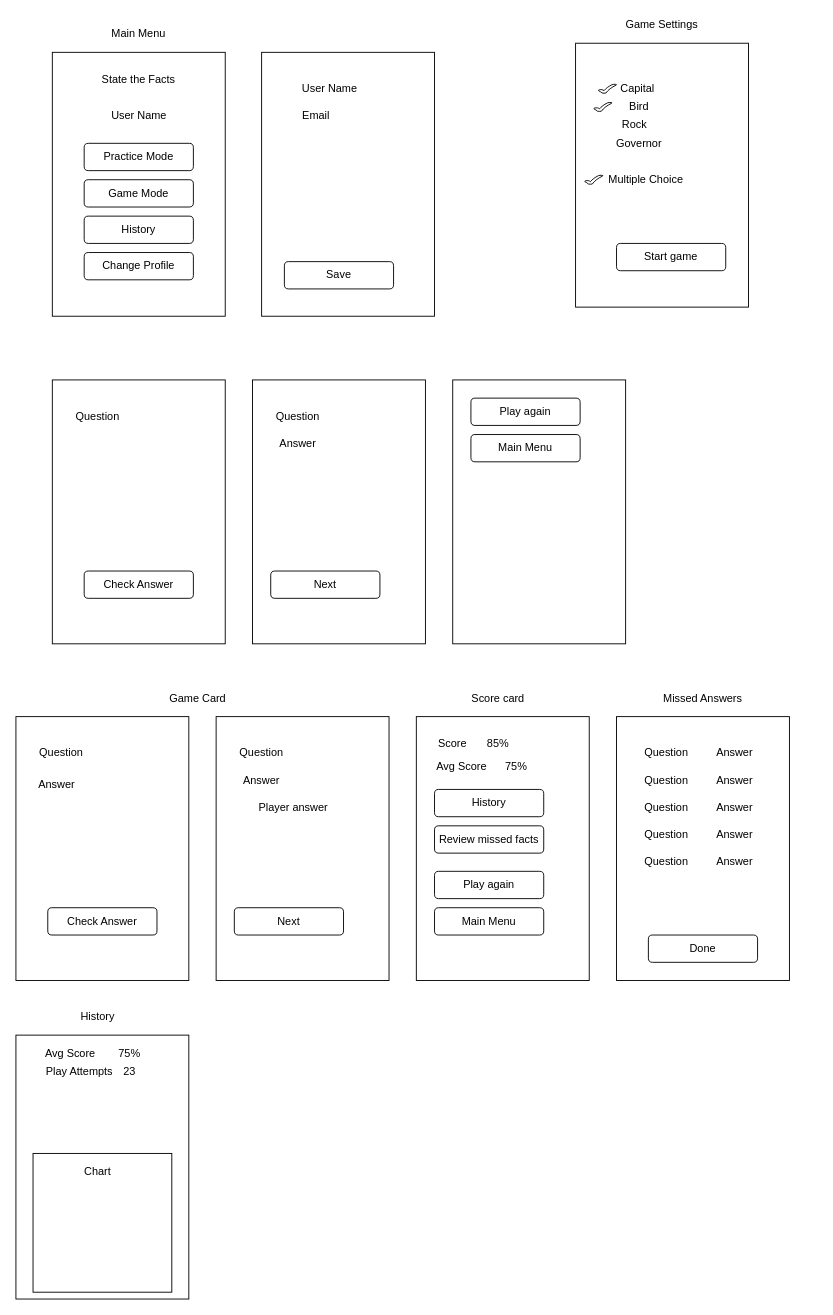
Above: StateTheFacts.drawio in TrentonSouth/CS246-StateTheFacts (draw.io), before the change. Source tidied: cells renumbered, new cells numbered last; positions are measured from the earlier drawing's top-left corner, leaving out a move shared by most shapes. Both pictures are drawn from the tidied source at 91%, with x=0, y=0 at pixel (15, 15).
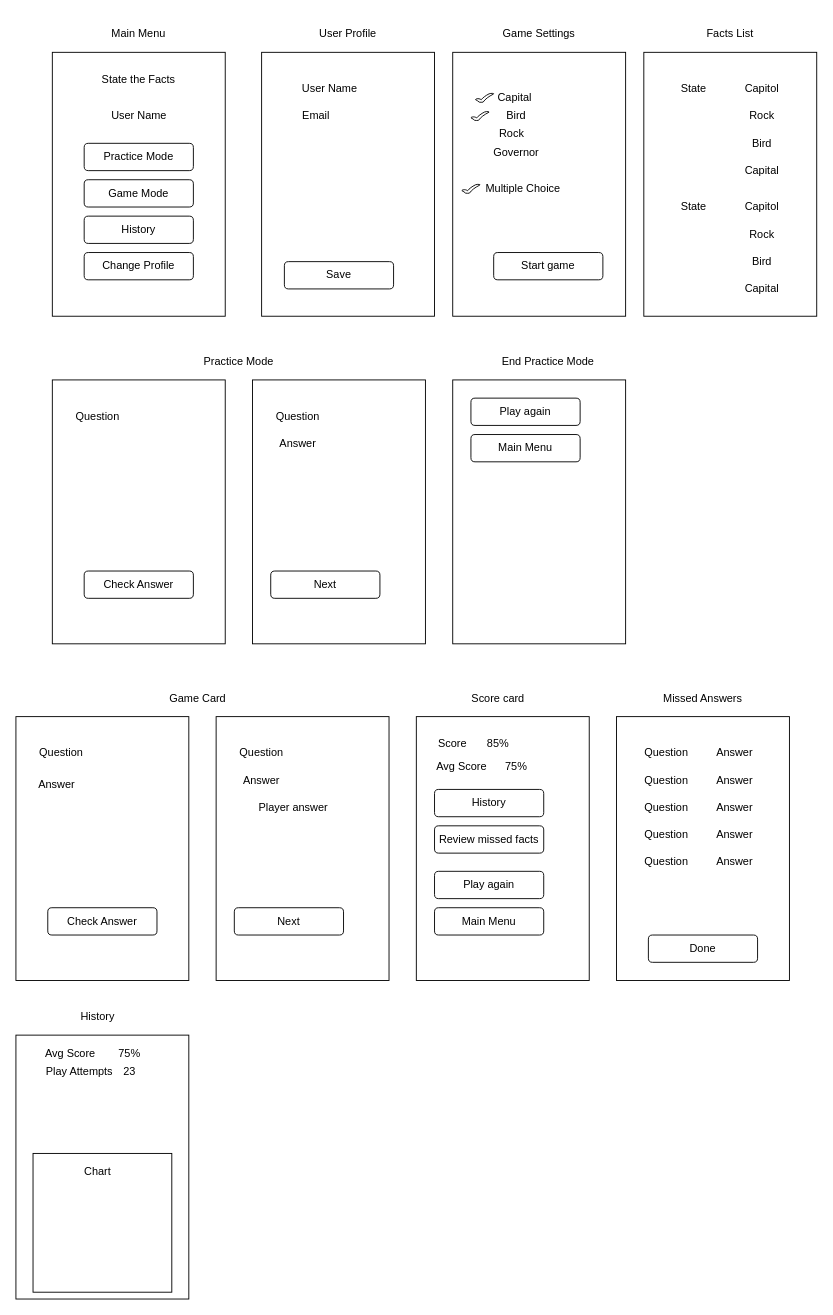
The same diagram, later.

Change to the diagram source:
```diff
@@
     <mxCell id="56" style="rounded=0;whiteSpace=wrap;html=1;" parent="1" vertex="1">
-      <mxGeometry x="615" y="30" width="190" height="290" as="geometry" />
+      <mxGeometry x="480" y="40" width="190" height="290" as="geometry" />
     </mxCell>
     <mxCell id="57" value="Game Settings" style="text;html=1;strokeColor=none;fillColor=none;align=center;verticalAlign=middle;whiteSpace=wrap;rounded=0;" parent="1" vertex="1">
-      <mxGeometry x="660" width="100" height="20" as="geometry" />
+      <mxGeometry x="525" y="10" width="100" height="20" as="geometry" />
     </mxCell>
     <mxCell id="58" value="Start game" style="rounded=1;whiteSpace=wrap;html=1;" parent="1" vertex="1">
-      <mxGeometry x="660" y="250" width="120" height="30" as="geometry" />
+      <mxGeometry x="525" y="260" width="120" height="30" as="geometry" />
     </mxCell>
     <mxCell id="59" value="Capital&amp;nbsp;" style="text;html=1;strokeColor=none;fillColor=none;align=center;verticalAlign=middle;whiteSpace=wrap;rounded=0;" parent="1" vertex="1">
-      <mxGeometry x="645" y="70" width="80" height="20" as="geometry" />
+      <mxGeometry x="510" y="80" width="80" height="20" as="geometry" />
     </mxCell>
     <mxCell id="60" value="Bird" style="text;html=1;strokeColor=none;fillColor=none;align=center;verticalAlign=middle;whiteSpace=wrap;rounded=0;" parent="1" vertex="1">
-      <mxGeometry x="645" y="90" width="80" height="20" as="geometry" />
+      <mxGeometry x="510" y="100" width="80" height="20" as="geometry" />
     </mxCell>
     <mxCell id="61" value="Rock" style="text;html=1;strokeColor=none;fillColor=none;align=center;verticalAlign=middle;whiteSpace=wrap;rounded=0;" parent="1" vertex="1">
-      <mxGeometry x="640" y="110" width="80" height="20" as="geometry" />
+      <mxGeometry x="505" y="120" width="80" height="20" as="geometry" />
     </mxCell>
     <mxCell id="62" value="Governor" style="text;html=1;strokeColor=none;fillColor=none;align=center;verticalAlign=middle;whiteSpace=wrap;rounded=0;" parent="1" vertex="1">
-      <mxGeometry x="645" y="130" width="80" height="20" as="geometry" />
+      <mxGeometry x="510" y="140" width="80" height="20" as="geometry" />
     </mxCell>
@@
     <mxCell id="64" style="verticalLabelPosition=bottom;verticalAlign=top;html=1;shape=mxgraph.basic.tick;" parent="1" vertex="1">
-      <mxGeometry x="640" y="75" width="20" height="10" as="geometry" />
+      <mxGeometry x="505" y="85" width="20" height="10" as="geometry" />
     </mxCell>
     <mxCell id="65" style="verticalLabelPosition=bottom;verticalAlign=top;html=1;shape=mxgraph.basic.tick;" parent="1" vertex="1">
-      <mxGeometry x="635" y="95" width="20" height="10" as="geometry" />
+      <mxGeometry x="500" y="105" width="20" height="10" as="geometry" />
     </mxCell>
     <mxCell id="66" value="Multiple Choice" style="text;html=1;strokeColor=none;fillColor=none;align=center;verticalAlign=middle;whiteSpace=wrap;rounded=0;" parent="1" vertex="1">
-      <mxGeometry x="640" y="170" width="105" height="20" as="geometry" />
+      <mxGeometry x="505" y="180" width="105" height="20" as="geometry" />
     </mxCell>
     <mxCell id="67" style="verticalLabelPosition=bottom;verticalAlign=top;html=1;shape=mxgraph.basic.tick;" parent="1" vertex="1">
-      <mxGeometry x="625" y="175" width="20" height="10" as="geometry" />
+      <mxGeometry x="490" y="185" width="20" height="10" as="geometry" />
     </mxCell>
@@
+    <mxCell id="77" value="User Profile" style="text;html=1;strokeColor=none;fillColor=none;align=center;verticalAlign=middle;whiteSpace=wrap;rounded=0;" parent="1" vertex="1">
+      <mxGeometry x="315" y="10" width="100" height="20" as="geometry" />
+    </mxCell>
+    <mxCell id="78" style="rounded=0;whiteSpace=wrap;html=1;" parent="1" vertex="1">
+      <mxGeometry x="690" y="40" width="190" height="290" as="geometry" />
+    </mxCell>
+    <mxCell id="79" value="State" style="text;html=1;strokeColor=none;fillColor=none;align=center;verticalAlign=middle;whiteSpace=wrap;rounded=0;" parent="1" vertex="1">
+      <mxGeometry x="725" y="70" width="40" height="20" as="geometry" />
+    </mxCell>
+    <mxCell id="80" value="Capitol" style="text;html=1;strokeColor=none;fillColor=none;align=center;verticalAlign=middle;whiteSpace=wrap;rounded=0;" parent="1" vertex="1">
+      <mxGeometry x="795" y="70" width="50" height="20" as="geometry" />
+    </mxCell>
+    <mxCell id="81" value="Rock" style="text;html=1;strokeColor=none;fillColor=none;align=center;verticalAlign=middle;whiteSpace=wrap;rounded=0;" parent="1" vertex="1">
+      <mxGeometry x="795" y="100" width="50" height="20" as="geometry" />
+    </mxCell>
+    <mxCell id="82" value="Bird" style="text;html=1;strokeColor=none;fillColor=none;align=center;verticalAlign=middle;whiteSpace=wrap;rounded=0;" parent="1" vertex="1">
+      <mxGeometry x="795" y="130" width="50" height="20" as="geometry" />
+    </mxCell>
+    <mxCell id="83" value="Capital" style="text;html=1;strokeColor=none;fillColor=none;align=center;verticalAlign=middle;whiteSpace=wrap;rounded=0;" parent="1" vertex="1">
+      <mxGeometry x="795" y="160" width="50" height="20" as="geometry" />
+    </mxCell>
+    <mxCell id="84" value="Facts List" style="text;html=1;strokeColor=none;fillColor=none;align=center;verticalAlign=middle;whiteSpace=wrap;rounded=0;" parent="1" vertex="1">
+      <mxGeometry x="735" y="10" width="100" height="20" as="geometry" />
+    </mxCell>
+    <mxCell id="85" value="State" style="text;html=1;strokeColor=none;fillColor=none;align=center;verticalAlign=middle;whiteSpace=wrap;rounded=0;" parent="1" vertex="1">
+      <mxGeometry x="725" y="200" width="40" height="20" as="geometry" />
+    </mxCell>
+    <mxCell id="86" value="Capitol" style="text;html=1;strokeColor=none;fillColor=none;align=center;verticalAlign=middle;whiteSpace=wrap;rounded=0;" parent="1" vertex="1">
+      <mxGeometry x="795" y="200" width="50" height="20" as="geometry" />
+    </mxCell>
+    <mxCell id="87" value="Rock" style="text;html=1;strokeColor=none;fillColor=none;align=center;verticalAlign=middle;whiteSpace=wrap;rounded=0;" parent="1" vertex="1">
+      <mxGeometry x="795" y="230" width="50" height="20" as="geometry" />
+    </mxCell>
+    <mxCell id="88" value="Bird" style="text;html=1;strokeColor=none;fillColor=none;align=center;verticalAlign=middle;whiteSpace=wrap;rounded=0;" parent="1" vertex="1">
+      <mxGeometry x="795" y="260" width="50" height="20" as="geometry" />
+    </mxCell>
+    <mxCell id="89" value="Capital" style="text;html=1;strokeColor=none;fillColor=none;align=center;verticalAlign=middle;whiteSpace=wrap;rounded=0;" parent="1" vertex="1">
+      <mxGeometry x="795" y="290" width="50" height="20" as="geometry" />
+    </mxCell>
+    <mxCell id="90" value="Practice Mode" style="text;html=1;strokeColor=none;fillColor=none;align=center;verticalAlign=middle;whiteSpace=wrap;rounded=0;" parent="1" vertex="1">
+      <mxGeometry x="195" y="370" width="100" height="20" as="geometry" />
+    </mxCell>
+    <mxCell id="91" value="End Practice Mode" style="text;html=1;strokeColor=none;fillColor=none;align=center;verticalAlign=middle;whiteSpace=wrap;rounded=0;" parent="1" vertex="1">
+      <mxGeometry x="510" y="370" width="150" height="20" as="geometry" />
+    </mxCell>
```
